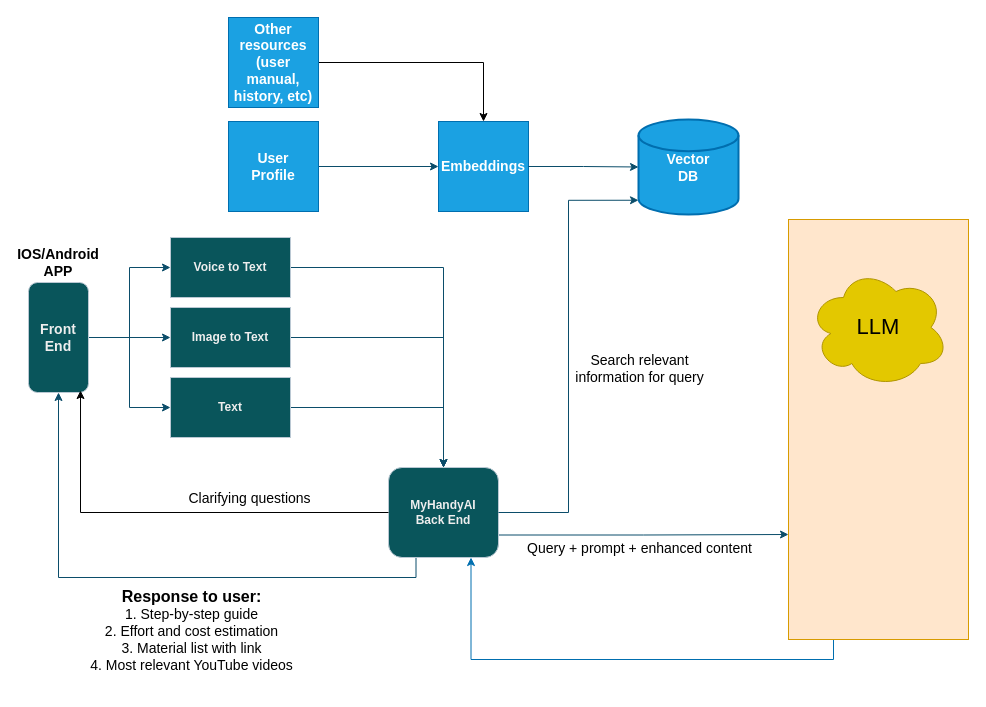
This is AI architecture.drawio from chaunceysun82/MyHandyAI, a draw.io file, before an edit. Source tidied: cells renumbered, new cells numbered last; positions are measured from the earlier drawing's top-left corner, leaving out a move shared by most shapes. Both pictures are drawn from the tidied source at 100%, with x=0, y=0 at pixel (28, 17).
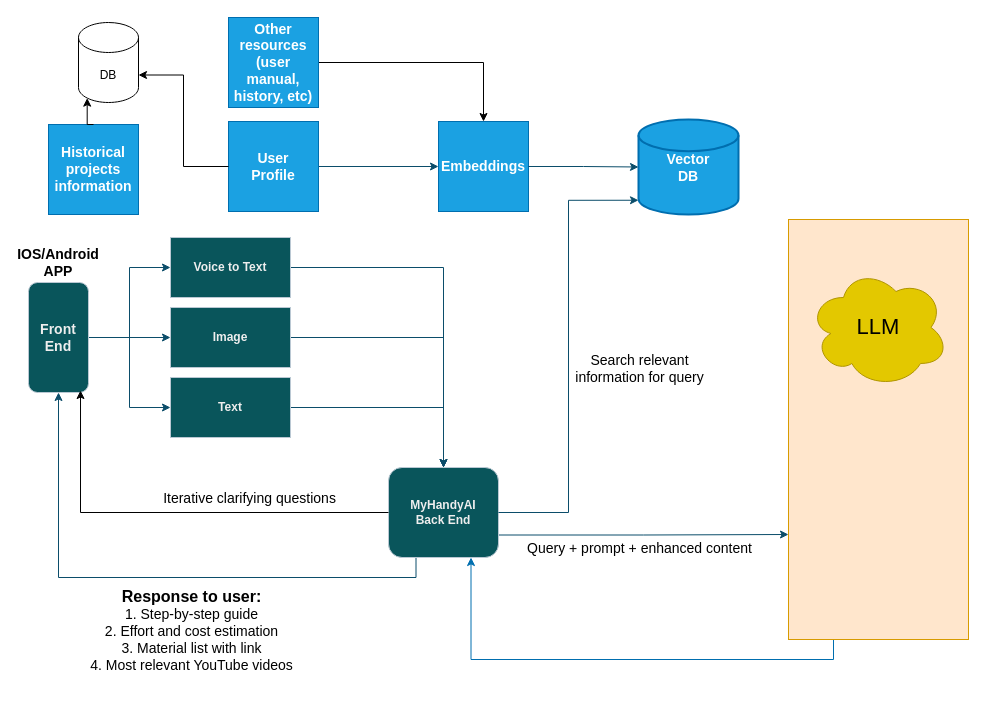
After the change.

Unchanged cells that the change refers to:
```xml
<mxCell id="16" value="User&lt;div&gt;Profile&lt;/div&gt;" style="whiteSpace=wrap;html=1;strokeColor=#006EAF;fontColor=#ffffff;fillColor=#1ba1e2;fontStyle=1;fontSize=14;" parent="1" vertex="1">
  <mxGeometry x="200" y="104" width="90" height="90" as="geometry" />
</mxCell>
```

Change to the diagram source:
```diff
@@
-    <mxCell id="13" value="Image to Text" style="rounded=0;whiteSpace=wrap;html=1;strokeColor=#BAC8D3;fontColor=#EEEEEE;fillColor=#09555B;fontStyle=1;" parent="1" vertex="1">
+    <mxCell id="13" value="Image" style="rounded=0;whiteSpace=wrap;html=1;strokeColor=#BAC8D3;fontColor=#EEEEEE;fillColor=#09555B;fontStyle=1;" parent="1" vertex="1">
       <mxGeometry x="142" y="290" width="120" height="60" as="geometry" />
     </mxCell>
@@
-    <mxCell id="31" value="&lt;div&gt;&lt;font color=&quot;#000000&quot;&gt;&lt;span style=&quot;caret-color: rgb(0, 0, 0); font-size: 14px;&quot;&gt;Clarifying questions&lt;/span&gt;&lt;/font&gt;&lt;/div&gt;" style="edgeLabel;html=1;align=center;verticalAlign=middle;strokeColor=#BAC8D3;fontColor=#EEEEEE;fillColor=#09555B;" parent="1" vertex="1">
+    <mxCell id="31" value="&lt;div&gt;&lt;font color=&quot;#000000&quot;&gt;&lt;span style=&quot;caret-color: rgb(0, 0, 0); font-size: 14px;&quot;&gt;Iterative clarifying questions&lt;/span&gt;&lt;/font&gt;&lt;/div&gt;" style="edgeLabel;html=1;align=center;verticalAlign=middle;strokeColor=#BAC8D3;fontColor=#EEEEEE;fillColor=#09555B;" parent="1" vertex="1">
       <mxGeometry x="220" y="480" as="geometry" />
     </mxCell>
+    <mxCell id="32" value="DB" style="shape=cylinder3;whiteSpace=wrap;html=1;boundedLbl=1;backgroundOutline=1;size=15;" parent="1" vertex="1">
+      <mxGeometry x="50" y="5" width="60" height="80" as="geometry" />
+    </mxCell>
+    <mxCell id="33" value="Historical projects information" style="whiteSpace=wrap;html=1;strokeColor=#006EAF;fontColor=#ffffff;fillColor=#1ba1e2;fontStyle=1;fontSize=14;" parent="1" vertex="1">
+      <mxGeometry x="20" y="107" width="90" height="90" as="geometry" />
+    </mxCell>
+    <mxCell id="34" style="edgeStyle=orthogonalEdgeStyle;rounded=0;jettySize=auto;html=1;exitX=0;exitY=0.5;exitDx=0;exitDy=0;entryX=1;entryY=0;entryDx=0;entryDy=52.5;entryPerimeter=0;" parent="1" edge="1" source="16" target="32">
+      <mxGeometry relative="1" as="geometry" />
+    </mxCell>
+    <mxCell id="35" style="edgeStyle=orthogonalEdgeStyle;rounded=0;jettySize=auto;html=1;exitX=0.5;exitY=0;exitDx=0;exitDy=0;entryX=0.145;entryY=1;entryDx=0;entryDy=-4.35;entryPerimeter=0;" parent="1" edge="1" source="33" target="32">
+      <mxGeometry relative="1" as="geometry" />
+    </mxCell>
```
